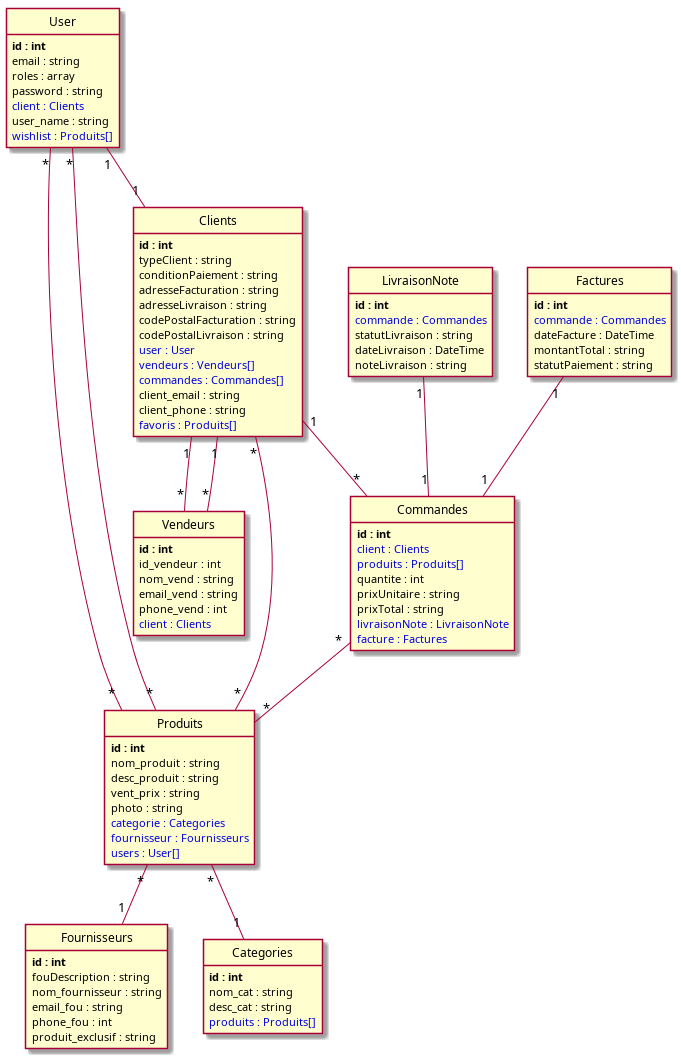
The PlantUML diagram puml/index.png in NasiraNaiby/sf_green_village_v2, before a commit. Its source is kept beside it as puml/index.puml.
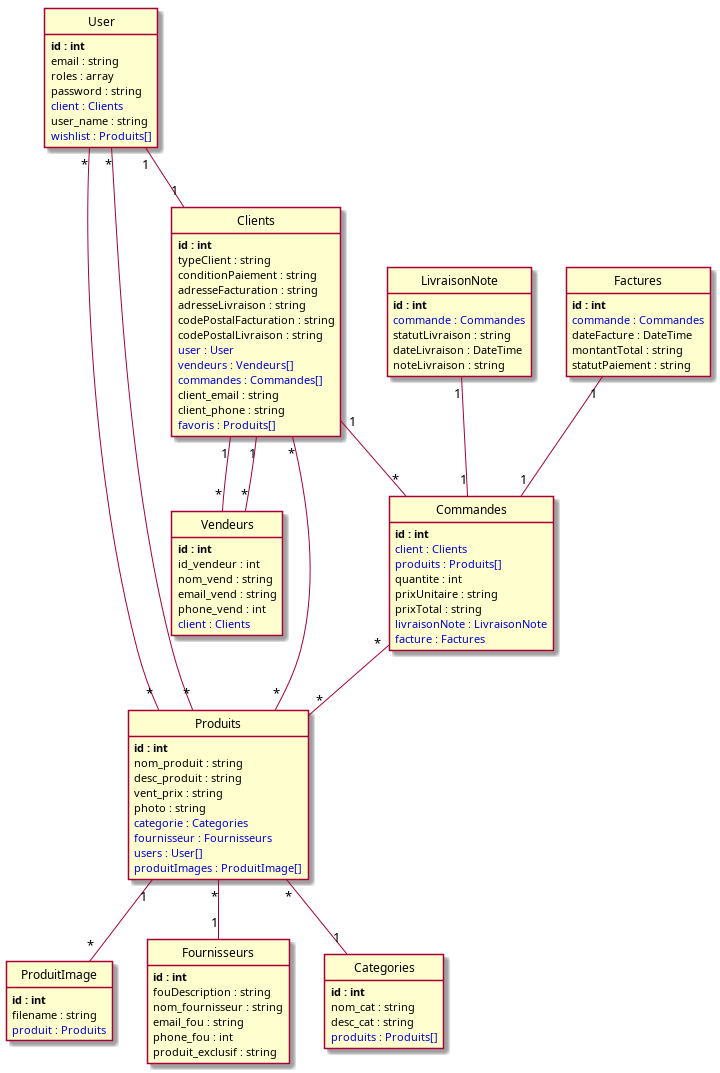
After the commit.

Commit message:
Produit image entity added to store multiple images for a produit

Diff of the diagram source:
```diff
@@ -27,6 +27,7 @@
 	<color:#0000dd>categorie : Categories</color>
 	<color:#0000dd>fournisseur : Fournisseurs</color>
 	<color:#0000dd>users : User[]</color>
+	<color:#0000dd>produitImages : ProduitImage[]</color>
 }
 
 class LivraisonNote {
@@ -35,6 +36,12 @@
 	statutLivraison : string
 	dateLivraison : DateTime
 	noteLivraison : string
+}
+
+class ProduitImage {
+	**id : int**
+	filename : string
+	<color:#0000dd>produit : Produits</color>
 }
 
 class Clients {
@@ -94,6 +101,7 @@
 Produits "*"--"1" Categories
 Produits "*"--"1" Fournisseurs
 Produits "*"--"*" User
+Produits "1"--"*" ProduitImage
 LivraisonNote "1"--"1" Commandes
 Clients "1"--"*" Vendeurs
 Clients "1"--"*" Commandes
```
